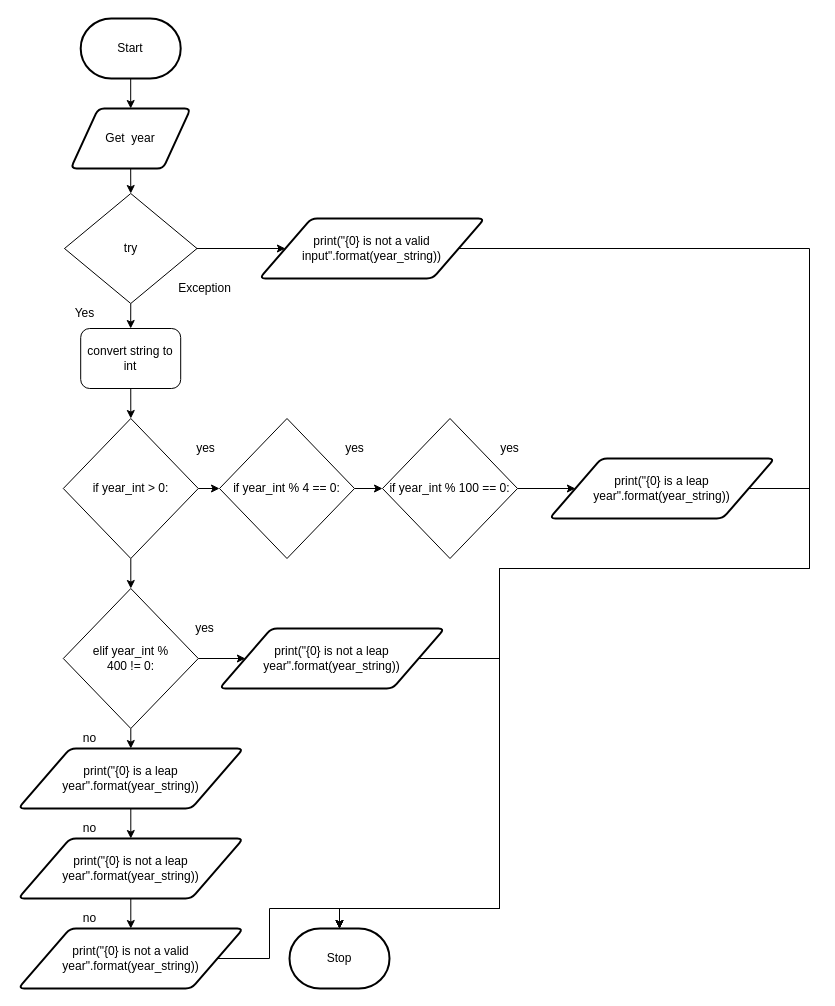
Emmanuel-Fofeyin/ICS3U-Unit3-08-Python keeps this draw.io diagram as design/flowchart.drawio. Above is the earlier version. Source tidied: cells renumbered, new cells numbered last; positions are measured from the earlier drawing's top-left corner, leaving out a move shared by most shapes. Both pictures are drawn from the tidied source at 100%, with x=0, y=0 at pixel (18, 18).
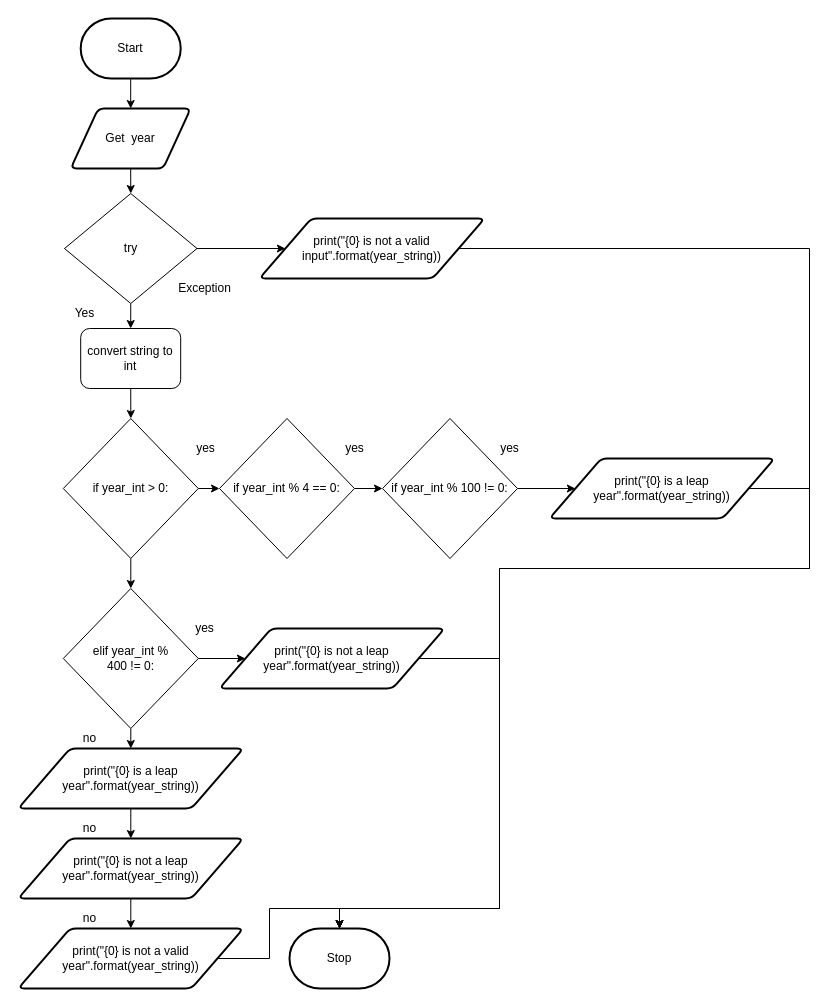
Above is the later version.

Diff of the diagram source:
```diff
@@
-    <mxCell id="22" value="if year_int % 100 == 0:" style="rhombus;whiteSpace=wrap;html=1;" parent="1" vertex="1">
+    <mxCell id="22" value="if year_int % 100 != 0:" style="rhombus;whiteSpace=wrap;html=1;" parent="1" vertex="1">
       <mxGeometry x="364" y="400" width="135" height="140" as="geometry" />
     </mxCell>
```
